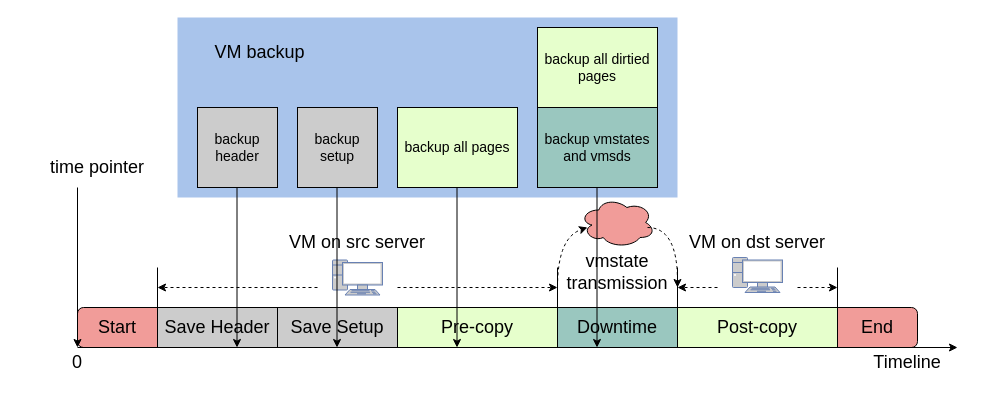
The draw.io diagram patterns/postcopy/postcopy backup timeline chinese ver.drawio in xuyizhe1999/drawio, before the edit. Source tidied: cells renumbered, new cells numbered last; positions are measured from the earlier drawing's top-left corner, leaving out a move shared by most shapes. Both pictures are drawn from the tidied source at 100%, with x=0, y=0 at pixel (37, 17).
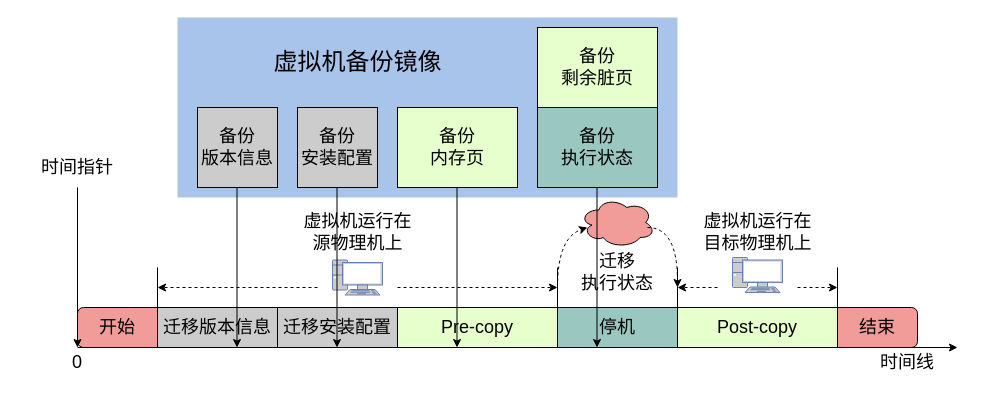
After the change.

The edit, as a diff of the source:
```diff
@@
-    <mxCell id="5" value="&lt;font style=&quot;font-size: 18px;&quot;&gt;Start&lt;/font&gt;" style="text;html=1;strokeColor=none;fillColor=none;align=center;verticalAlign=middle;whiteSpace=wrap;rounded=0;" parent="1" vertex="1">
+    <mxCell id="5" value="&lt;font style=&quot;font-size: 18px;&quot;&gt;开始&lt;/font&gt;" style="text;html=1;strokeColor=none;fillColor=none;align=center;verticalAlign=middle;whiteSpace=wrap;rounded=0;" parent="1" vertex="1">
       <mxGeometry x="50" y="295" width="60" height="30" as="geometry" />
     </mxCell>
-    <mxCell id="6" value="Save Header" style="rounded=0;whiteSpace=wrap;html=1;fontSize=18;fillColor=#CCCCCC;" parent="1" vertex="1">
+    <mxCell id="6" value="迁移版本信息" style="rounded=0;whiteSpace=wrap;html=1;fontSize=18;fillColor=#CCCCCC;" parent="1" vertex="1">
       <mxGeometry x="120" y="290" width="120" height="40" as="geometry" />
     </mxCell>
-    <mxCell id="7" value="Save Setup" style="rounded=0;whiteSpace=wrap;html=1;fontSize=18;fillColor=#CCCCCC;" parent="1" vertex="1">
+    <mxCell id="7" value="迁移安装配置" style="rounded=0;whiteSpace=wrap;html=1;fontSize=18;fillColor=#CCCCCC;" parent="1" vertex="1">
       <mxGeometry x="240" y="290" width="120" height="40" as="geometry" />
     </mxCell>
@@
-    <mxCell id="10" value="Downtime" style="rounded=0;whiteSpace=wrap;html=1;fontSize=18;fillColor=#9AC7BF;" parent="1" vertex="1">
+    <mxCell id="10" value="停机" style="rounded=0;whiteSpace=wrap;html=1;fontSize=18;fillColor=#9AC7BF;" parent="1" vertex="1">
       <mxGeometry x="520" y="290" width="120" height="40" as="geometry" />
     </mxCell>
@@
-    <mxCell id="12" value="&lt;font style=&quot;font-size: 18px;&quot;&gt;End&lt;/font&gt;" style="text;html=1;strokeColor=none;fillColor=none;align=center;verticalAlign=middle;whiteSpace=wrap;rounded=0;" parent="1" vertex="1">
+    <mxCell id="12" value="&lt;font style=&quot;font-size: 18px;&quot;&gt;结束&lt;/font&gt;" style="text;html=1;strokeColor=none;fillColor=none;align=center;verticalAlign=middle;whiteSpace=wrap;rounded=0;" parent="1" vertex="1">
       <mxGeometry x="810" y="295" width="60" height="30" as="geometry" />
     </mxCell>
-    <mxCell id="13" value="Timeline" style="text;html=1;strokeColor=none;fillColor=none;align=center;verticalAlign=middle;whiteSpace=wrap;rounded=0;fontSize=18;" parent="1" vertex="1">
+    <mxCell id="13" value="时间线" style="text;html=1;strokeColor=none;fillColor=none;align=center;verticalAlign=middle;whiteSpace=wrap;rounded=0;fontSize=18;" parent="1" vertex="1">
       <mxGeometry x="820" y="330" width="100" height="30" as="geometry" />
     </mxCell>
@@
-    <mxCell id="17" value="VM on src server" style="text;html=1;strokeColor=none;fillColor=none;align=center;verticalAlign=middle;whiteSpace=wrap;rounded=0;fontSize=18;" parent="1" vertex="1">
-      <mxGeometry x="240" y="210" width="160" height="30" as="geometry" />
+    <mxCell id="17" value="虚拟机运行在&lt;br&gt;源物理机上" style="text;html=1;strokeColor=none;fillColor=none;align=center;verticalAlign=middle;whiteSpace=wrap;rounded=0;fontSize=18;" parent="1" vertex="1">
+      <mxGeometry x="217.5" y="200" width="205" height="30" as="geometry" />
     </mxCell>
@@
-    <mxCell id="25" value="VM on dst server" style="text;html=1;strokeColor=none;fillColor=none;align=center;verticalAlign=middle;whiteSpace=wrap;rounded=0;fontSize=18;" parent="1" vertex="1">
-      <mxGeometry x="640" y="210" width="160" height="30" as="geometry" />
-    </mxCell>
@@
-    <mxCell id="29" value="vmstate transmission" style="text;html=1;strokeColor=none;fillColor=none;align=center;verticalAlign=middle;whiteSpace=wrap;rounded=0;fontSize=18;" parent="1" vertex="1">
-      <mxGeometry x="550" y="240" width="60" height="30" as="geometry" />
+    <mxCell id="29" value="迁移&lt;br&gt;执行状态" style="text;html=1;strokeColor=none;fillColor=none;align=center;verticalAlign=middle;whiteSpace=wrap;rounded=0;fontSize=18;" parent="1" vertex="1">
+      <mxGeometry x="540" y="240" width="80" height="30" as="geometry" />
     </mxCell>
@@
-    <mxCell id="31" value="time pointer" style="text;html=1;strokeColor=none;fillColor=none;align=center;verticalAlign=middle;whiteSpace=wrap;rounded=0;fontSize=18;" parent="1" vertex="1">
-      <mxGeometry y="130" width="120" height="40" as="geometry" />
+    <mxCell id="31" value="时间指针" style="text;html=1;strokeColor=none;fillColor=none;align=center;verticalAlign=middle;whiteSpace=wrap;rounded=0;fontSize=18;" parent="1" vertex="1">
+      <mxGeometry x="-20" y="130" width="120" height="40" as="geometry" />
     </mxCell>
@@
-    <mxCell id="33" value="&lt;font style=&quot;font-size: 14px;&quot;&gt;backup &lt;br&gt;header&lt;/font&gt;" style="rounded=0;whiteSpace=wrap;html=1;fillColor=#CCCCCC;" parent="1" vertex="1">
+    <mxCell id="33" value="&lt;font style=&quot;&quot;&gt;&lt;font style=&quot;font-size: 18px;&quot;&gt;备份&lt;br&gt;版本信息&lt;/font&gt;&lt;br&gt;&lt;/font&gt;" style="rounded=0;whiteSpace=wrap;html=1;fillColor=#CCCCCC;" parent="1" vertex="1">
       <mxGeometry x="160" y="90" width="80" height="80" as="geometry" />
     </mxCell>
-    <mxCell id="34" value="&lt;font style=&quot;font-size: 14px;&quot;&gt;backup&lt;br&gt;setup&lt;/font&gt;" style="rounded=0;whiteSpace=wrap;html=1;fillColor=#CCCCCC;" parent="1" vertex="1">
+    <mxCell id="34" value="&lt;font style=&quot;font-size: 18px;&quot;&gt;备份&lt;br&gt;安装配置&lt;/font&gt;" style="rounded=0;whiteSpace=wrap;html=1;fillColor=#CCCCCC;" parent="1" vertex="1">
       <mxGeometry x="260" y="90" width="80" height="80" as="geometry" />
     </mxCell>
-    <mxCell id="35" value="backup all pages" style="rounded=0;whiteSpace=wrap;html=1;fontSize=14;fillColor=#E6FFCC;" parent="1" vertex="1">
+    <mxCell id="35" value="&lt;font style=&quot;font-size: 18px;&quot;&gt;备份&lt;br&gt;内存页&lt;/font&gt;" style="rounded=0;whiteSpace=wrap;html=1;fontSize=14;fillColor=#E6FFCC;" parent="1" vertex="1">
       <mxGeometry x="360" y="90" width="120" height="80" as="geometry" />
     </mxCell>
-    <mxCell id="36" value="backup all dirtied pages" style="rounded=0;whiteSpace=wrap;html=1;fontSize=14;fillColor=#E6FFCC;" parent="1" vertex="1">
+    <mxCell id="36" value="&lt;font style=&quot;font-size: 18px;&quot;&gt;备份&lt;br&gt;剩余脏页&lt;/font&gt;" style="rounded=0;whiteSpace=wrap;html=1;fontSize=14;fillColor=#E6FFCC;" parent="1" vertex="1">
       <mxGeometry x="500" y="10" width="120" height="80" as="geometry" />
     </mxCell>
-    <mxCell id="37" value="backup vmstates and vmsds" style="rounded=0;whiteSpace=wrap;html=1;fontSize=14;fillColor=#9AC7BF;" parent="1" vertex="1">
+    <mxCell id="37" value="&lt;span style=&quot;font-size: 18px;&quot;&gt;备份&lt;br&gt;执行状态&lt;br&gt;&lt;/span&gt;" style="rounded=0;whiteSpace=wrap;html=1;fontSize=14;fillColor=#9AC7BF;" parent="1" vertex="1">
       <mxGeometry x="500" y="90" width="120" height="80" as="geometry" />
     </mxCell>
@@
-    <mxCell id="42" value="VM backup" style="text;html=1;strokeColor=none;fillColor=none;align=center;verticalAlign=middle;whiteSpace=wrap;rounded=0;dashed=1;fontSize=18;" parent="1" vertex="1">
-      <mxGeometry x="150" y="20" width="145" height="30" as="geometry" />
+    <mxCell id="42" value="&lt;font style=&quot;font-size: 24px;&quot;&gt;虚拟机备份镜像&lt;/font&gt;" style="text;html=1;strokeColor=none;fillColor=none;align=center;verticalAlign=middle;whiteSpace=wrap;rounded=0;dashed=1;fontSize=18;" parent="1" vertex="1">
+      <mxGeometry x="233.8" y="30" width="172.5" height="30" as="geometry" />
     </mxCell>
+    <mxCell id="43" value="虚拟机运行在&lt;br&gt;目标物理机上" style="text;html=1;strokeColor=none;fillColor=none;align=center;verticalAlign=middle;whiteSpace=wrap;rounded=0;fontSize=18;" parent="1" vertex="1">
+      <mxGeometry x="607.5" y="200" width="225" height="30" as="geometry" />
+    </mxCell>
```
